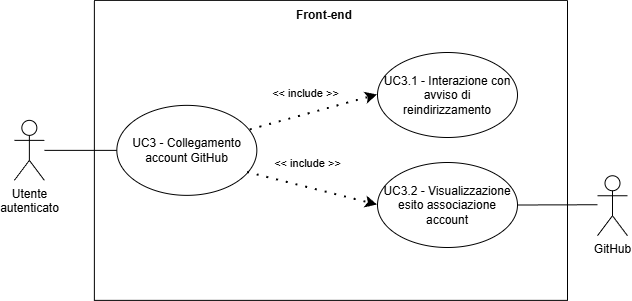
Before: assets/diagrams/UC3.png, a diagram exported from draw.io (SkarabGroup/DocumentazioneProgetto). Source tidied: cells renumbered, new cells last; positions are measured from the earlier drawing's top-left corner, leaving out a move shared by most shapes.
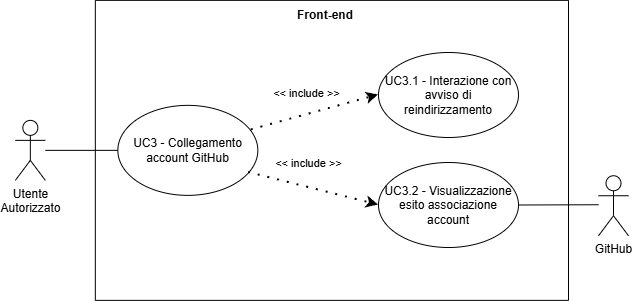
After the change.

Diff of the diagram source:
```diff
@@ -2,7 +2,7 @@
   <root>
     <mxCell id="0" />
     <mxCell id="1" parent="0" />
-    <mxCell id="2" value="Utente&lt;div&gt;&lt;span style=&quot;background-color: transparent; color: light-dark(rgb(0, 0, 0), rgb(255, 255, 255));&quot;&gt;autenticato&lt;/span&gt;&lt;/div&gt;" style="shape=umlActor;verticalLabelPosition=bottom;verticalAlign=top;html=1;outlineConnect=0;align=center;" parent="1" vertex="1">
+    <mxCell id="2" value="Utente&lt;div&gt;&lt;span style=&quot;background-color: transparent; color: light-dark(rgb(0, 0, 0), rgb(255, 255, 255));&quot;&gt;Autorizzato&lt;/span&gt;&lt;/div&gt;" style="shape=umlActor;verticalLabelPosition=bottom;verticalAlign=top;html=1;outlineConnect=0;align=center;" parent="1" vertex="1">
       <mxGeometry x="-0.2" y="119.9" width="30" height="60" as="geometry" />
     </mxCell>
     <mxCell id="3" style="swimlane;startSize=0;" parent="1" vertex="1">
```
